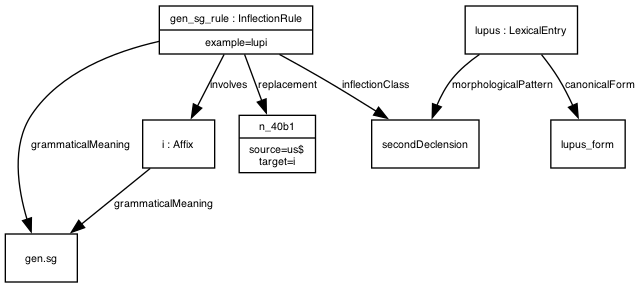
Above: examples/example_12.png in ontolex/morph (Graphviz), before the change. Its source is kept beside it as examples/example_12.dot. Source of this version:
```dot
digraph G {
  fontname = "Bitstream Vera Sans"
    fontsize = 8

    node [
      fontname = "Bitstream Vera Sans"
      fontsize = 8
      shape = "record"
    ]

    edge [
      fontname = "Bitstream Vera Sans"
      fontsize = 8
    ]

n_40b1 [ label="{n_40b1|source=us$\ltarget=i}" ]
gen_sg_rule -> n_40b1 [ label="replacement" ]
secondDeclension [ label="{secondDeclension}" ]
gen_sg_rule -> secondDeclension [ label="inflectionClass" ]
gensg [ label="{gen.sg}" ]
gen_sg_rule -> gensg [ label="grammaticalMeaning" ]
i -> gensg [ label="grammaticalMeaning" ]
i [ label="{i : Affix}" ]
gen_sg_rule -> i [ label="involves" ]
gen_sg_rule [ label="{gen_sg_rule : InflectionRule|example=lupi}" ]
lupus_form [ label="{lupus_form}" ]
lupus -> lupus_form [ label="canonicalForm" ]
lupus -> secondDeclension [ label="morphologicalPattern" ]
lupus [ label="{lupus : LexicalEntry}" ]
}
```
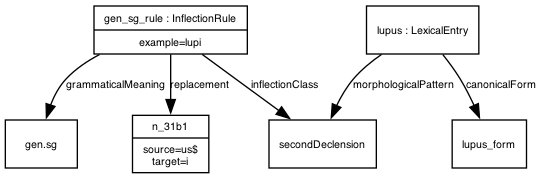
The same file after the commit.

Commit message:
Reword morph:involves, add clarifications to morph:generates and change the examples from given morphs to generating them. In addition, fix aufstehen example. Fixes #46

The edit, as a diff of the source:
```diff
@@ -13,15 +13,12 @@
       fontsize = 8
     ]
 
-n_40b1 [ label="{n_40b1|source=us$\ltarget=i}" ]
-gen_sg_rule -> n_40b1 [ label="replacement" ]
+n_31b1 [ label="{n_31b1|source=us$\ntarget=i}" ]
+gen_sg_rule -> n_31b1 [ label="replacement" ]
 secondDeclension [ label="{secondDeclension}" ]
 gen_sg_rule -> secondDeclension [ label="inflectionClass" ]
 gensg [ label="{gen.sg}" ]
 gen_sg_rule -> gensg [ label="grammaticalMeaning" ]
-i -> gensg [ label="grammaticalMeaning" ]
-i [ label="{i : Affix}" ]
-gen_sg_rule -> i [ label="involves" ]
 gen_sg_rule [ label="{gen_sg_rule : InflectionRule|example=lupi}" ]
 lupus_form [ label="{lupus_form}" ]
 lupus -> lupus_form [ label="canonicalForm" ]
```
